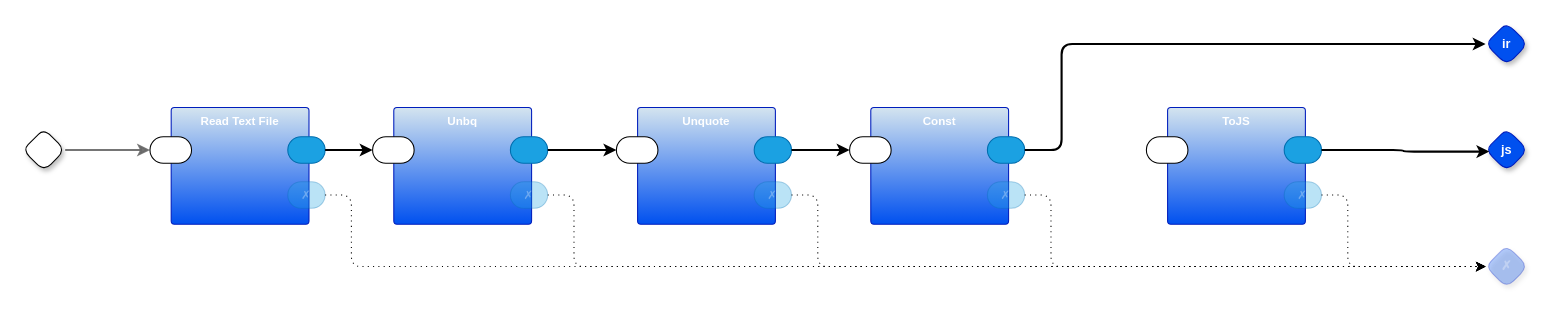
Before: page "main" (1 of 5) of p6.drawio in guitarvydas/p6, a draw.io diagram. Source tidied: cells renumbered, new cells numbered last; positions are measured from the earlier drawing's top-left corner, leaving out a move shared by most shapes. Both pictures are drawn from the tidied source at 106%, with x=0, y=0 at pixel (22, 22).
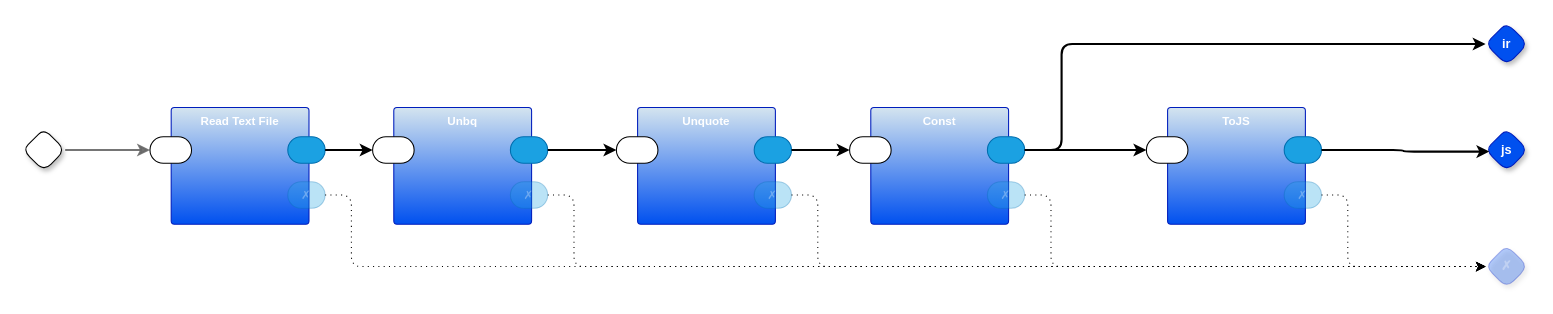
After the change.

Unchanged cells that the change refers to:
```xml
<mxCell id="27" style="rounded=1;whiteSpace=wrap;html=1;sketch=0;points=[[0,0.5,0,0,0],[1,0.5,0,0,0]];fillColor=#1ba1e2;fontColor=#ffffff;strokeColor=#006EAF;arcSize=50;fontFamily=Helvetica;fontSize=11;" parent="24" vertex="1">
  <mxGeometry x="110" y="27.5" width="35.2" height="25" as="geometry" />
</mxCell>
<mxCell id="30" style="rounded=1;whiteSpace=wrap;html=1;sketch=0;points=[[0,0.5,0,0,0],[1,0.5,0,0,0]];arcSize=50;fontFamily=Helvetica;fontSize=11;fontColor=default;" parent="29" vertex="1">
  <mxGeometry x="-20" y="27.5" width="39.2" height="25" as="geometry" />
</mxCell>
```

Diff of the diagram source:
```diff
@@
+    <mxCell id="37" style="edgeStyle=orthogonalEdgeStyle;shape=connector;curved=0;rounded=1;jettySize=auto;html=1;exitX=1;exitY=0.5;exitDx=0;exitDy=0;exitPerimeter=0;strokeColor=default;strokeWidth=2;align=center;verticalAlign=middle;fontFamily=Helvetica;fontSize=11;fontColor=default;labelBackgroundColor=default;endArrow=classic;" parent="1" edge="1" source="27" target="30">
+      <mxGeometry relative="1" as="geometry" />
+    </mxCell>
```
